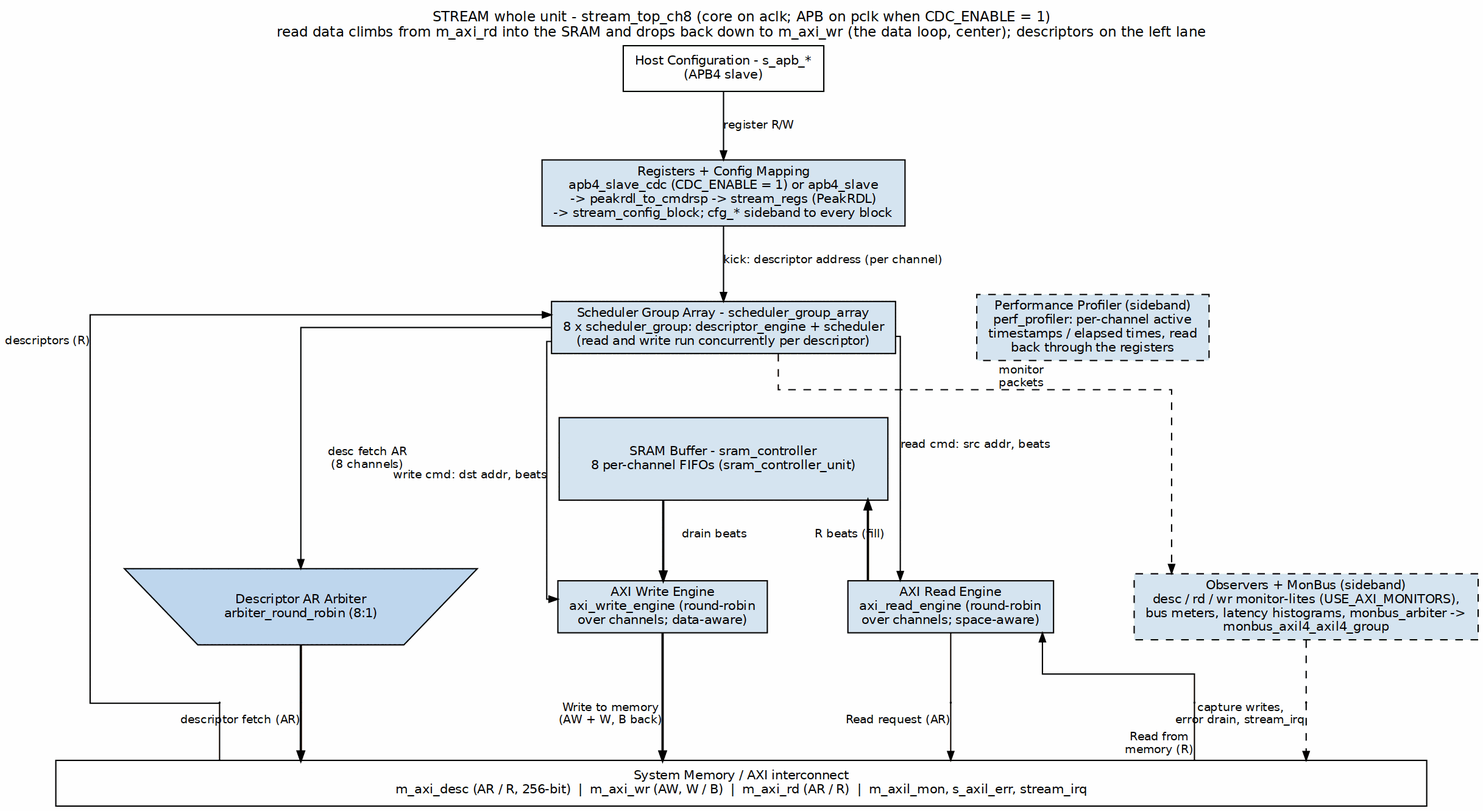
Before: projects/components/dma-ip/stream/docs/stream_has/assets/graphviz/ch03_whole_unit.png, a diagram exported from Graphviz (sean-galloway/RTLDesignSherpa). Its source is kept beside it as projects/components/dma-ip/stream/docs/stream_has/assets/graphviz/ch03_whole_unit.dot. Source of this version:
```dot
digraph stream_whole_unit {
    graph [rankdir=TB, bgcolor="white", fontname="Helvetica", fontsize=11,
           nodesep="0.45", ranksep="0.60", splines=ortho,
           label="STREAM whole unit - stream_top_ch8 (core on aclk; APB on pclk when CDC_ENABLE = 1)\nread data climbs from m_axi_rd into the SRAM and drops back down to m_axi_wr (the data loop, center); descriptors on the left lane",
           labelloc=t, labeljust=c];
    node  [fontname="Helvetica", fontsize=10, shape=box, style=filled,
           fillcolor="#D6E4F0", color="black", margin="0.12,0.06"];
    edge  [fontname="Helvetica", fontsize=9, color="black", arrowsize=0.7];

    s_apb [label="Host Configuration - s_apb_*\n(APB4 slave)", fillcolor="white", group=C];
    regs  [label="Registers + Config Mapping\napb4_slave_cdc (CDC_ENABLE = 1) or apb4_slave\n-> peakrdl_to_cmdrsp -> stream_regs (PeakRDL)\n-> stream_config_block; cfg_* sideband to every block", group=C];
    sram  [label="SRAM Buffer - sram_controller\n8 per-channel FIFOs (sram_controller_unit)", height=0.9, width=3.6, group=C];
    sga   [label="Scheduler Group Array - scheduler_group_array\n8 x scheduler_group: descriptor_engine + scheduler\n(read and write run concurrently per descriptor)", group=C];
    wr    [label="AXI Write Engine\naxi_write_engine (round-robin\nover channels; data-aware)", group=L];
    arb   [label="Descriptor AR Arbiter\narbiter_round_robin (8:1)", shape=invtrapezium, width=3.4, fillcolor="#BFD7EE", group=A];
    mon   [label="Observers + MonBus (sideband)\ndesc / rd / wr monitor-lites (USE_AXI_MONITORS),\nbus meters, latency histograms, monbus_arbiter ->\nmonbus_axil4_axil4_group", style="filled,dashed", group=M];
    rd    [label="AXI Read Engine\naxi_read_engine (round-robin\nover channels; space-aware)", group=R];
    perf  [label="Performance Profiler (sideband)\nperf_profiler: per-channel active\ntimestamps / elapsed times, read\nback through the registers", style="filled,dashed", group=R];

    mem [label="System Memory / AXI interconnect\nm_axi_desc (AR / R, 256-bit)  |  m_axi_wr (AW, W / B)  |  m_axi_rd (AR / R)  |  m_axil_mon, s_axil_err, stream_irq",
         fillcolor="white", width=15.0, group=C];

    s_apb -> regs [label="register R/W"];
    regs  -> sga  [label="kick: descriptor address (per channel)"];
    sga   -> arb  [label="desc fetch AR\n(8 channels)"];
    sga   -> wr   [xlabel="write cmd: dst addr, beats"];
    sga   -> rd   [xlabel="read cmd: src addr, beats"];
    sga   -> mon  [style=dashed, xlabel="monitor\npackets"];
    sram  -> wr   [label="drain beats", penwidth=1.8];

    p_wr  [shape=point, width=0.01, group=L];
    p_cmd [shape=point, width=0.01, group=A];
    p_dr  [shape=point, width=0.01];
    p_mn  [shape=point, width=0.01, group=M];
    p_ar  [shape=point, width=0.01, group=R];
    p_rd  [shape=point, width=0.01];
    sp1 [style=invis, label="", fixedsize=true, width=0.9, height=0.02];
    sp2 [style=invis, label="", fixedsize=true, width=0.9, height=0.02];
    { rank=same; p_dr; p_cmd; sp1; p_wr; p_ar; sp2; p_rd; p_mn; }
    p_dr -> p_cmd -> sp1 -> p_wr -> p_ar -> sp2 -> p_rd -> p_mn [style=invis];

    wr   -> p_wr  [arrowhead=none, headclip=false, penwidth=1.8];
    p_wr -> mem   [xlabel="Write to memory\n(AW + W, B back)", penwidth=1.8, tailclip=false];
    arb  -> p_cmd [arrowhead=none, headclip=false, penwidth=1.8];
    p_cmd -> mem  [xlabel="descriptor fetch (AR)", penwidth=1.8, tailclip=false];
    sga  -> p_dr  [dir=back, headclip=false, xlabel="descriptors (R)"];
    p_dr -> mem   [dir=none, tailclip=false];
    mon  -> p_mn  [arrowhead=none, headclip=false, style=dashed];
    p_mn -> mem   [style=dashed, xlabel="capture writes,\nerror drain, stream_irq", tailclip=false];
    rd   -> p_ar  [arrowhead=none, headclip=false];
    p_ar -> mem   [xlabel="Read request (AR)", tailclip=false];
    rd   -> p_rd  [dir=back, headclip=false];
    p_rd -> mem   [dir=none, xlabel="Read from\nmemory (R)", tailclip=false];

    sram -> rd [dir=back, label="R beats (fill)", penwidth=1.8];

    { rank=same; sga; perf; }
    sga -> perf [style=invis];
    { rank=same; arb; wr; rd; mon; }
    arb -> wr -> rd -> mon [style=invis];
    sga -> sram [style=invis, weight=5];
}
```
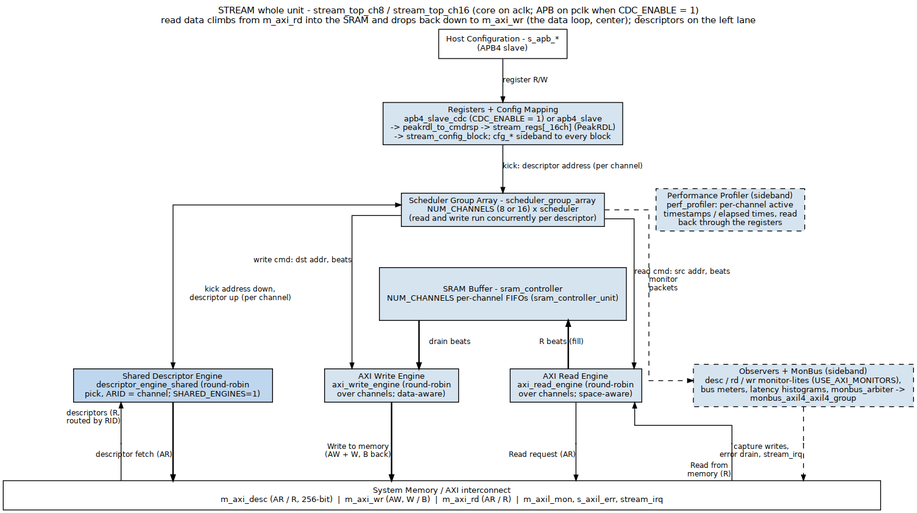
The same diagram one commit later.

The edit, as a diff of the source:
```diff
@@ -1,18 +1,18 @@
 digraph stream_whole_unit {
     graph [rankdir=TB, bgcolor="white", fontname="Helvetica", fontsize=11,
            nodesep="0.45", ranksep="0.60", splines=ortho,
-           label="STREAM whole unit - stream_top_ch8 (core on aclk; APB on pclk when CDC_ENABLE = 1)\nread data climbs from m_axi_rd into the SRAM and drops back down to m_axi_wr (the data loop, center); descriptors on the left lane",
+           label="STREAM whole unit - stream_top_ch8 / stream_top_ch16 (core on aclk; APB on pclk when CDC_ENABLE = 1)\nread data climbs from m_axi_rd into the SRAM and drops back down to m_axi_wr (the data loop, center); descriptors on the left lane",
            labelloc=t, labeljust=c];
     node  [fontname="Helvetica", fontsize=10, shape=box, style=filled,
            fillcolor="#D6E4F0", color="black", margin="0.12,0.06"];
     edge  [fontname="Helvetica", fontsize=9, color="black", arrowsize=0.7];
 
     s_apb [label="Host Configuration - s_apb_*\n(APB4 slave)", fillcolor="white", group=C];
-    regs  [label="Registers + Config Mapping\napb4_slave_cdc (CDC_ENABLE = 1) or apb4_slave\n-> peakrdl_to_cmdrsp -> stream_regs (PeakRDL)\n-> stream_config_block; cfg_* sideband to every block", group=C];
-    sram  [label="SRAM Buffer - sram_controller\n8 per-channel FIFOs (sram_controller_unit)", height=0.9, width=3.6, group=C];
-    sga   [label="Scheduler Group Array - scheduler_group_array\n8 x scheduler_group: descriptor_engine + scheduler\n(read and write run concurrently per descriptor)", group=C];
+    regs  [label="Registers + Config Mapping\napb4_slave_cdc (CDC_ENABLE = 1) or apb4_slave\n-> peakrdl_to_cmdrsp -> stream_regs[_16ch] (PeakRDL)\n-> stream_config_block; cfg_* sideband to every block", group=C];
+    sram  [label="SRAM Buffer - sram_controller\nNUM_CHANNELS per-channel FIFOs (sram_controller_unit)", height=0.9, width=3.6, group=C];
+    sga   [label="Scheduler Group Array - scheduler_group_array\nNUM_CHANNELS (8 or 16) x scheduler\n(read and write run concurrently per descriptor)", group=C];
     wr    [label="AXI Write Engine\naxi_write_engine (round-robin\nover channels; data-aware)", group=L];
-    arb   [label="Descriptor AR Arbiter\narbiter_round_robin (8:1)", shape=invtrapezium, width=3.4, fillcolor="#BFD7EE", group=A];
+    arb   [label="Shared Descriptor Engine\ndescriptor_engine_shared (round-robin\npick, ARID = channel; SHARED_ENGINES=1)", width=3.4, fillcolor="#BFD7EE", group=A];
     mon   [label="Observers + MonBus (sideband)\ndesc / rd / wr monitor-lites (USE_AXI_MONITORS),\nbus meters, latency histograms, monbus_arbiter ->\nmonbus_axil4_axil4_group", style="filled,dashed", group=M];
     rd    [label="AXI Read Engine\naxi_read_engine (round-robin\nover channels; space-aware)", group=R];
     perf  [label="Performance Profiler (sideband)\nperf_profiler: per-channel active\ntimestamps / elapsed times, read\nback through the registers", style="filled,dashed", group=R];
@@ -22,7 +22,7 @@
 
     s_apb -> regs [label="register R/W"];
     regs  -> sga  [label="kick: descriptor address (per channel)"];
-    sga   -> arb  [label="desc fetch AR\n(8 channels)"];
+    sga   -> arb  [dir=both, label="kick address down,\ndescriptor up (per channel)"];
     sga   -> wr   [xlabel="write cmd: dst addr, beats"];
     sga   -> rd   [xlabel="read cmd: src addr, beats"];
     sga   -> mon  [style=dashed, xlabel="monitor\npackets"];
@@ -43,7 +43,7 @@
     p_wr -> mem   [xlabel="Write to memory\n(AW + W, B back)", penwidth=1.8, tailclip=false];
     arb  -> p_cmd [arrowhead=none, headclip=false, penwidth=1.8];
     p_cmd -> mem  [xlabel="descriptor fetch (AR)", penwidth=1.8, tailclip=false];
-    sga  -> p_dr  [dir=back, headclip=false, xlabel="descriptors (R)"];
+    arb  -> p_dr  [dir=back, headclip=false, xlabel="descriptors (R,\nrouted by RID)"];
     p_dr -> mem   [dir=none, tailclip=false];
     mon  -> p_mn  [arrowhead=none, headclip=false, style=dashed];
     p_mn -> mem   [style=dashed, xlabel="capture writes,\nerror drain, stream_irq", tailclip=false];
```
